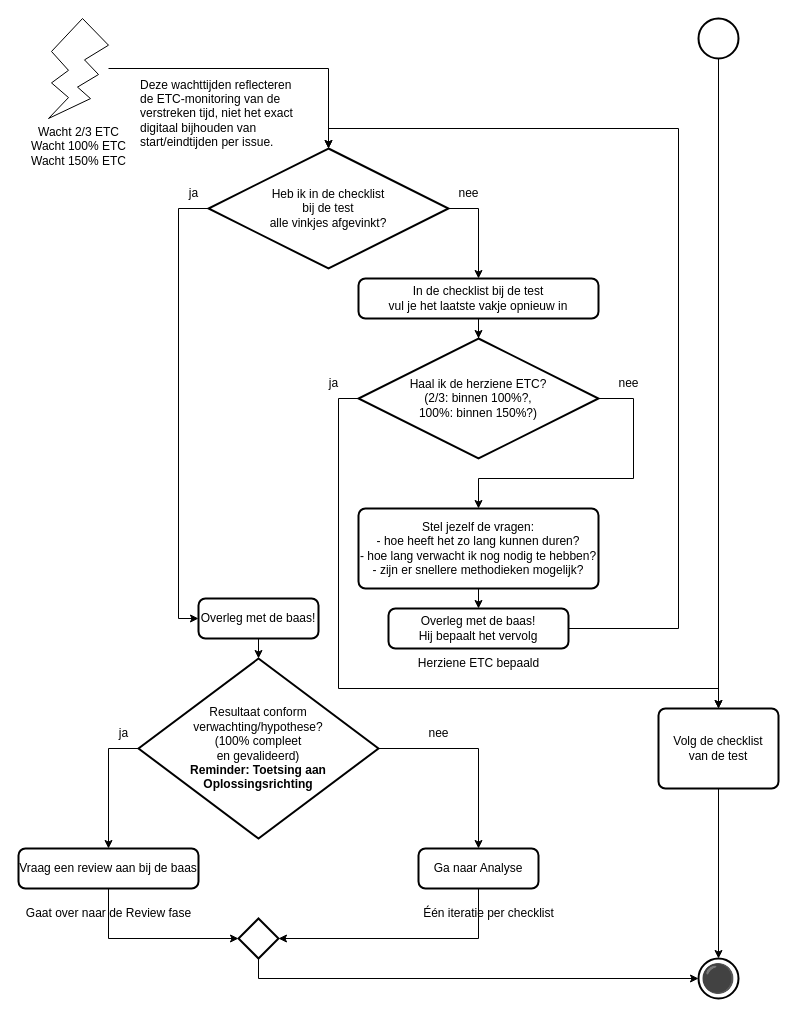
Above: 5 Issue Tracker test.drawio in Zaibatsu89/IssueTracker (draw.io), before the change. Source tidied: cells renumbered, new cells numbered last; positions are measured from the earlier drawing's top-left corner, leaving out a move shared by most shapes. Both pictures are drawn from the tidied source at 100%, with x=0, y=0 at pixel (18, 18).
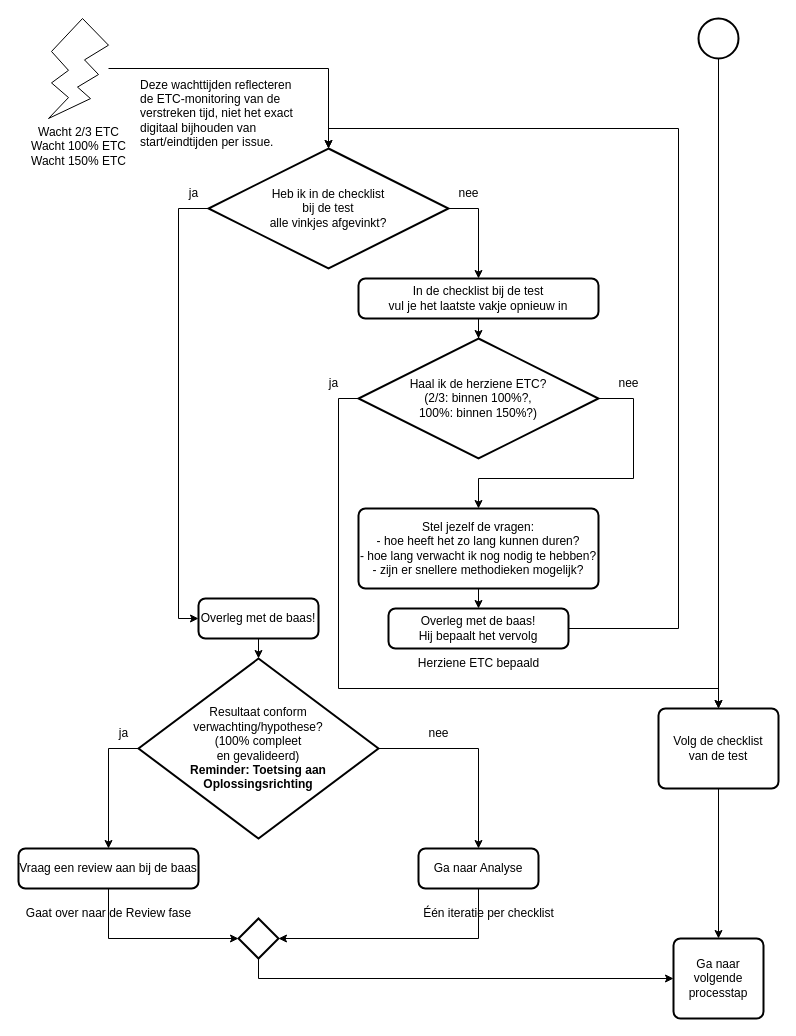
The same page after the edit.

Commit message (it also covers changes not shown here):
Vervang zwarte bolletje door "Ga naar volgende processtap" in flowcharts

Unchanged cells that the change refers to:
```xml
<mxCell id="4" value="Volg de checklist&lt;br&gt;van de test" style="rounded=1;whiteSpace=wrap;html=1;absoluteArcSize=1;arcSize=14;strokeWidth=2;" parent="1" vertex="1">
  <mxGeometry x="640" y="690" width="120" height="80" as="geometry" />
</mxCell>
<mxCell id="25" style="strokeWidth=2;html=1;shape=mxgraph.flowchart.decision;whiteSpace=wrap;" parent="1" vertex="1">
  <mxGeometry x="220" y="900" width="40" height="40" as="geometry" />
</mxCell>
```

The edit, as a diff of the source:
```diff
@@
-    <mxCell id="24" value="⚫" style="strokeWidth=2;html=1;shape=mxgraph.flowchart.start_2;whiteSpace=wrap;fontSize=28;" parent="1" vertex="1">
-      <mxGeometry x="680" y="940" width="40" height="40" as="geometry" />
-    </mxCell>
@@
-    <mxCell id="27" style="edgeStyle=orthogonalEdgeStyle;rounded=0;jettySize=auto;html=1;exitX=0.5;exitY=1;exitDx=0;exitDy=0;exitPerimeter=0;entryX=0;entryY=0.5;entryDx=0;entryDy=0;entryPerimeter=0;" parent="1" edge="1" source="25" target="24">
+    <mxCell id="27" style="edgeStyle=orthogonalEdgeStyle;rounded=0;jettySize=auto;html=1;exitX=0.5;exitY=1;exitDx=0;exitDy=0;exitPerimeter=0;entryX=0;entryY=0.5;entryDx=0;entryDy=0;" parent="1" edge="1" source="25" target="42">
       <mxGeometry relative="1" as="geometry" />
     </mxCell>
@@
-    <mxCell id="36" style="edgeStyle=orthogonalEdgeStyle;rounded=0;jettySize=auto;html=1;exitX=0.5;exitY=1;exitDx=0;exitDy=0;entryX=0.5;entryY=0;entryDx=0;entryDy=0;entryPerimeter=0;" parent="1" edge="1" source="4" target="24">
+    <mxCell id="36" style="edgeStyle=orthogonalEdgeStyle;rounded=0;jettySize=auto;html=1;exitX=0.5;exitY=1;exitDx=0;exitDy=0;entryX=0.5;entryY=0;entryDx=0;entryDy=0;" parent="1" edge="1" source="4" target="42">
       <mxGeometry relative="1" as="geometry" />
     </mxCell>
@@
+    <mxCell id="42" value="Ga naar&lt;br&gt;volgende&lt;br&gt;processtap" style="rounded=1;whiteSpace=wrap;html=1;absoluteArcSize=1;arcSize=14;strokeWidth=2;" parent="1" vertex="1">
+      <mxGeometry x="655" y="920" width="90" height="80" as="geometry" />
+    </mxCell>
```
